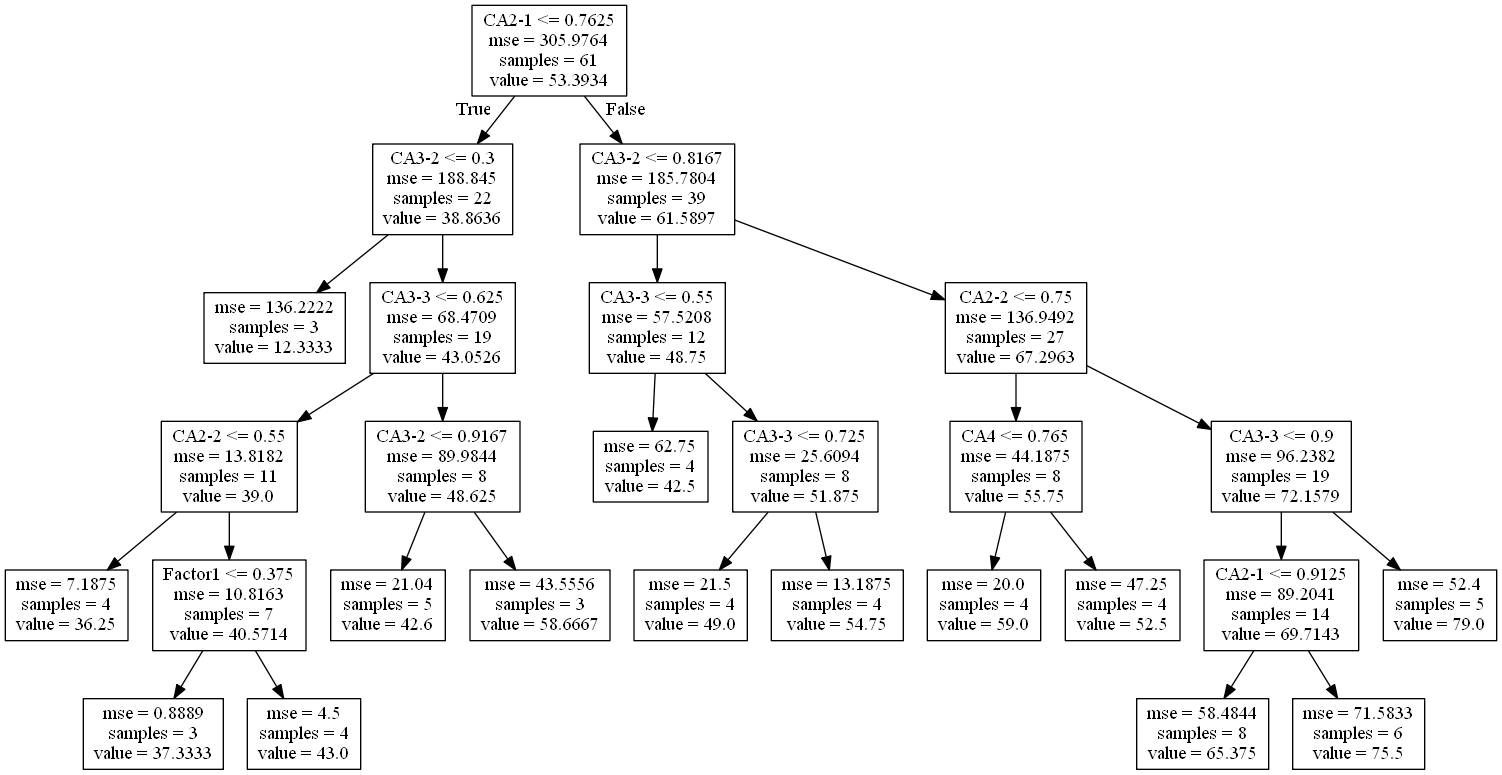
Above: dt.png in VinhVu95/FYP (Graphviz), before the change. Its source is kept beside it as dt.dot. The source it was exported from:
```dot
digraph Tree {
node [shape=box] ;
0 [label="CA2-1 <= 0.7625\nmse = 305.9764\nsamples = 61\nvalue = 53.3934"] ;
1 [label="CA3-2 <= 0.3\nmse = 188.845\nsamples = 22\nvalue = 38.8636"] ;
0 -> 1 [labeldistance=2.5, labelangle=45, headlabel="True"] ;
2 [label="mse = 136.2222\nsamples = 3\nvalue = 12.3333"] ;
1 -> 2 ;
3 [label="CA3-3 <= 0.625\nmse = 68.4709\nsamples = 19\nvalue = 43.0526"] ;
1 -> 3 ;
4 [label="CA2-2 <= 0.55\nmse = 13.8182\nsamples = 11\nvalue = 39.0"] ;
3 -> 4 ;
5 [label="mse = 7.1875\nsamples = 4\nvalue = 36.25"] ;
4 -> 5 ;
6 [label="Factor1 <= 0.375\nmse = 10.8163\nsamples = 7\nvalue = 40.5714"] ;
4 -> 6 ;
7 [label="mse = 0.8889\nsamples = 3\nvalue = 37.3333"] ;
6 -> 7 ;
8 [label="mse = 4.5\nsamples = 4\nvalue = 43.0"] ;
6 -> 8 ;
9 [label="CA3-2 <= 0.9167\nmse = 89.9844\nsamples = 8\nvalue = 48.625"] ;
3 -> 9 ;
10 [label="mse = 21.04\nsamples = 5\nvalue = 42.6"] ;
9 -> 10 ;
11 [label="mse = 43.5556\nsamples = 3\nvalue = 58.6667"] ;
9 -> 11 ;
12 [label="CA3-2 <= 0.8167\nmse = 185.7804\nsamples = 39\nvalue = 61.5897"] ;
0 -> 12 [labeldistance=2.5, labelangle=-45, headlabel="False"] ;
13 [label="CA3-3 <= 0.55\nmse = 57.5208\nsamples = 12\nvalue = 48.75"] ;
12 -> 13 ;
14 [label="mse = 62.75\nsamples = 4\nvalue = 42.5"] ;
13 -> 14 ;
15 [label="CA3-3 <= 0.725\nmse = 25.6094\nsamples = 8\nvalue = 51.875"] ;
13 -> 15 ;
16 [label="mse = 21.5\nsamples = 4\nvalue = 49.0"] ;
15 -> 16 ;
17 [label="mse = 13.1875\nsamples = 4\nvalue = 54.75"] ;
15 -> 17 ;
18 [label="CA2-2 <= 0.75\nmse = 136.9492\nsamples = 27\nvalue = 67.2963"] ;
12 -> 18 ;
19 [label="CA4 <= 0.765\nmse = 44.1875\nsamples = 8\nvalue = 55.75"] ;
18 -> 19 ;
20 [label="mse = 20.0\nsamples = 4\nvalue = 59.0"] ;
19 -> 20 ;
21 [label="mse = 47.25\nsamples = 4\nvalue = 52.5"] ;
19 -> 21 ;
22 [label="CA3-3 <= 0.9\nmse = 96.2382\nsamples = 19\nvalue = 72.1579"] ;
18 -> 22 ;
23 [label="CA2-1 <= 0.9125\nmse = 89.2041\nsamples = 14\nvalue = 69.7143"] ;
22 -> 23 ;
24 [label="mse = 58.4844\nsamples = 8\nvalue = 65.375"] ;
23 -> 24 ;
25 [label="mse = 71.5833\nsamples = 6\nvalue = 75.5"] ;
23 -> 25 ;
26 [label="mse = 52.4\nsamples = 5\nvalue = 79.0"] ;
22 -> 26 ;
}
```
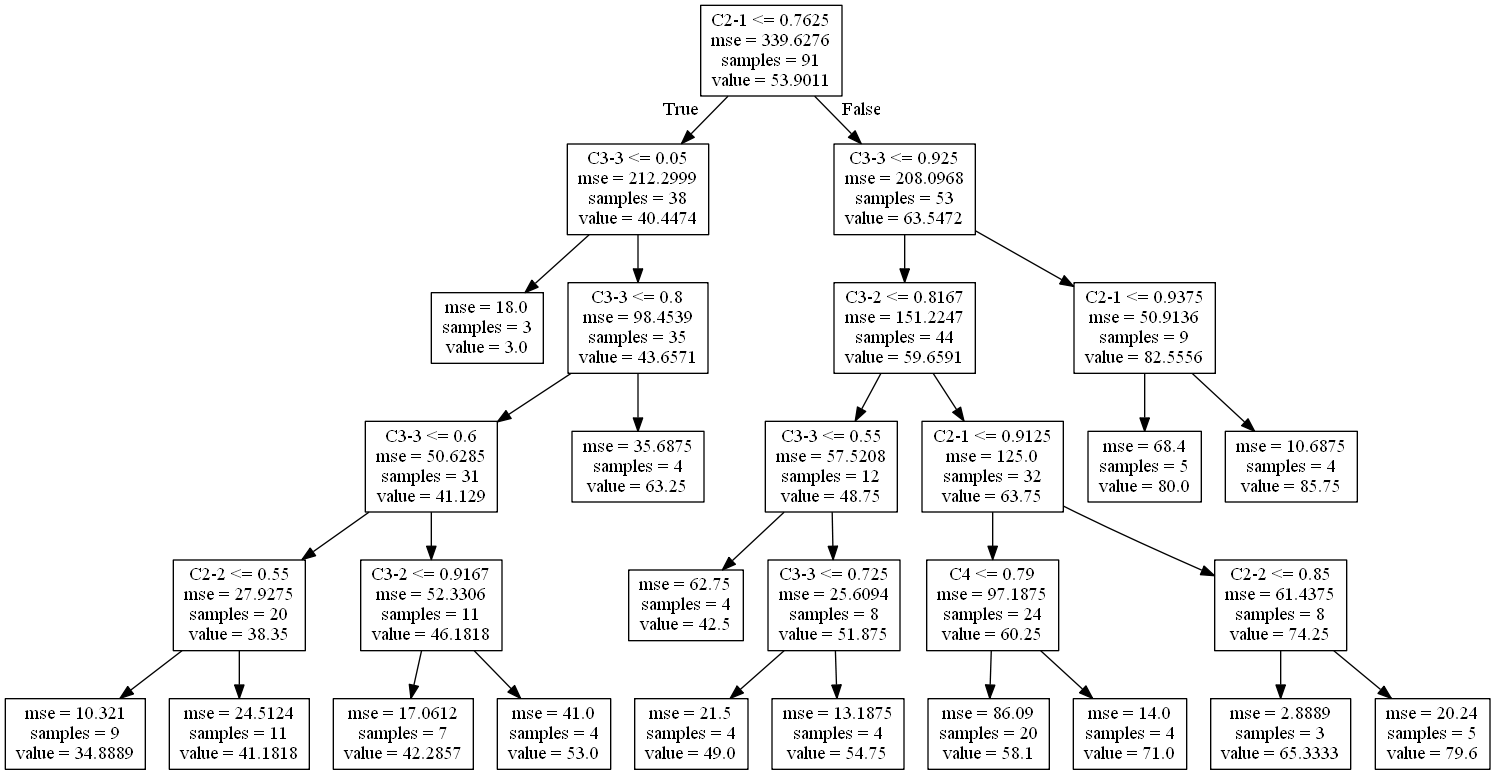
After the change.

Change to the diagram source:
```diff
@@ -1,56 +1,60 @@
 digraph Tree {
 node [shape=box] ;
-0 [label="CA2-1 <= 0.7625\nmse = 305.9764\nsamples = 61\nvalue = 53.3934"] ;
-1 [label="CA3-2 <= 0.3\nmse = 188.845\nsamples = 22\nvalue = 38.8636"] ;
+0 [label="C2-1 <= 0.7625\nmse = 339.6276\nsamples = 91\nvalue = 53.9011"] ;
+1 [label="C3-3 <= 0.05\nmse = 212.2999\nsamples = 38\nvalue = 40.4474"] ;
 0 -> 1 [labeldistance=2.5, labelangle=45, headlabel="True"] ;
-2 [label="mse = 136.2222\nsamples = 3\nvalue = 12.3333"] ;
+2 [label="mse = 18.0\nsamples = 3\nvalue = 3.0"] ;
 1 -> 2 ;
-3 [label="CA3-3 <= 0.625\nmse = 68.4709\nsamples = 19\nvalue = 43.0526"] ;
+3 [label="C3-3 <= 0.8\nmse = 98.4539\nsamples = 35\nvalue = 43.6571"] ;
 1 -> 3 ;
-4 [label="CA2-2 <= 0.55\nmse = 13.8182\nsamples = 11\nvalue = 39.0"] ;
+4 [label="C3-3 <= 0.6\nmse = 50.6285\nsamples = 31\nvalue = 41.129"] ;
 3 -> 4 ;
-5 [label="mse = 7.1875\nsamples = 4\nvalue = 36.25"] ;
+5 [label="C2-2 <= 0.55\nmse = 27.9275\nsamples = 20\nvalue = 38.35"] ;
 4 -> 5 ;
-6 [label="Factor1 <= 0.375\nmse = 10.8163\nsamples = 7\nvalue = 40.5714"] ;
-4 -> 6 ;
-7 [label="mse = 0.8889\nsamples = 3\nvalue = 37.3333"] ;
-6 -> 7 ;
-8 [label="mse = 4.5\nsamples = 4\nvalue = 43.0"] ;
-6 -> 8 ;
-9 [label="CA3-2 <= 0.9167\nmse = 89.9844\nsamples = 8\nvalue = 48.625"] ;
-3 -> 9 ;
-10 [label="mse = 21.04\nsamples = 5\nvalue = 42.6"] ;
-9 -> 10 ;
-11 [label="mse = 43.5556\nsamples = 3\nvalue = 58.6667"] ;
-9 -> 11 ;
-12 [label="CA3-2 <= 0.8167\nmse = 185.7804\nsamples = 39\nvalue = 61.5897"] ;
+6 [label="mse = 10.321\nsamples = 9\nvalue = 34.8889"] ;
+5 -> 6 ;
+7 [label="mse = 24.5124\nsamples = 11\nvalue = 41.1818"] ;
+5 -> 7 ;
+8 [label="C3-2 <= 0.9167\nmse = 52.3306\nsamples = 11\nvalue = 46.1818"] ;
+4 -> 8 ;
+9 [label="mse = 17.0612\nsamples = 7\nvalue = 42.2857"] ;
+8 -> 9 ;
+10 [label="mse = 41.0\nsamples = 4\nvalue = 53.0"] ;
+8 -> 10 ;
+11 [label="mse = 35.6875\nsamples = 4\nvalue = 63.25"] ;
+3 -> 11 ;
+12 [label="C3-3 <= 0.925\nmse = 208.0968\nsamples = 53\nvalue = 63.5472"] ;
 0 -> 12 [labeldistance=2.5, labelangle=-45, headlabel="False"] ;
-13 [label="CA3-3 <= 0.55\nmse = 57.5208\nsamples = 12\nvalue = 48.75"] ;
+13 [label="C3-2 <= 0.8167\nmse = 151.2247\nsamples = 44\nvalue = 59.6591"] ;
 12 -> 13 ;
-14 [label="mse = 62.75\nsamples = 4\nvalue = 42.5"] ;
+14 [label="C3-3 <= 0.55\nmse = 57.5208\nsamples = 12\nvalue = 48.75"] ;
 13 -> 14 ;
-15 [label="CA3-3 <= 0.725\nmse = 25.6094\nsamples = 8\nvalue = 51.875"] ;
-13 -> 15 ;
-16 [label="mse = 21.5\nsamples = 4\nvalue = 49.0"] ;
-15 -> 16 ;
-17 [label="mse = 13.1875\nsamples = 4\nvalue = 54.75"] ;
-15 -> 17 ;
-18 [label="CA2-2 <= 0.75\nmse = 136.9492\nsamples = 27\nvalue = 67.2963"] ;
-12 -> 18 ;
-19 [label="CA4 <= 0.765\nmse = 44.1875\nsamples = 8\nvalue = 55.75"] ;
-18 -> 19 ;
-20 [label="mse = 20.0\nsamples = 4\nvalue = 59.0"] ;
+15 [label="mse = 62.75\nsamples = 4\nvalue = 42.5"] ;
+14 -> 15 ;
+16 [label="C3-3 <= 0.725\nmse = 25.6094\nsamples = 8\nvalue = 51.875"] ;
+14 -> 16 ;
+17 [label="mse = 21.5\nsamples = 4\nvalue = 49.0"] ;
+16 -> 17 ;
+18 [label="mse = 13.1875\nsamples = 4\nvalue = 54.75"] ;
+16 -> 18 ;
+19 [label="C2-1 <= 0.9125\nmse = 125.0\nsamples = 32\nvalue = 63.75"] ;
+13 -> 19 ;
+20 [label="C4 <= 0.79\nmse = 97.1875\nsamples = 24\nvalue = 60.25"] ;
 19 -> 20 ;
-21 [label="mse = 47.25\nsamples = 4\nvalue = 52.5"] ;
-19 -> 21 ;
-22 [label="CA3-3 <= 0.9\nmse = 96.2382\nsamples = 19\nvalue = 72.1579"] ;
-18 -> 22 ;
-23 [label="CA2-1 <= 0.9125\nmse = 89.2041\nsamples = 14\nvalue = 69.7143"] ;
-22 -> 23 ;
-24 [label="mse = 58.4844\nsamples = 8\nvalue = 65.375"] ;
+21 [label="mse = 86.09\nsamples = 20\nvalue = 58.1"] ;
+20 -> 21 ;
+22 [label="mse = 14.0\nsamples = 4\nvalue = 71.0"] ;
+20 -> 22 ;
+23 [label="C2-2 <= 0.85\nmse = 61.4375\nsamples = 8\nvalue = 74.25"] ;
+19 -> 23 ;
+24 [label="mse = 2.8889\nsamples = 3\nvalue = 65.3333"] ;
 23 -> 24 ;
-25 [label="mse = 71.5833\nsamples = 6\nvalue = 75.5"] ;
+25 [label="mse = 20.24\nsamples = 5\nvalue = 79.6"] ;
 23 -> 25 ;
-26 [label="mse = 52.4\nsamples = 5\nvalue = 79.0"] ;
-22 -> 26 ;
+26 [label="C2-1 <= 0.9375\nmse = 50.9136\nsamples = 9\nvalue = 82.5556"] ;
+12 -> 26 ;
+27 [label="mse = 68.4\nsamples = 5\nvalue = 80.0"] ;
+26 -> 27 ;
+28 [label="mse = 10.6875\nsamples = 4\nvalue = 85.75"] ;
+26 -> 28 ;
 }
```
